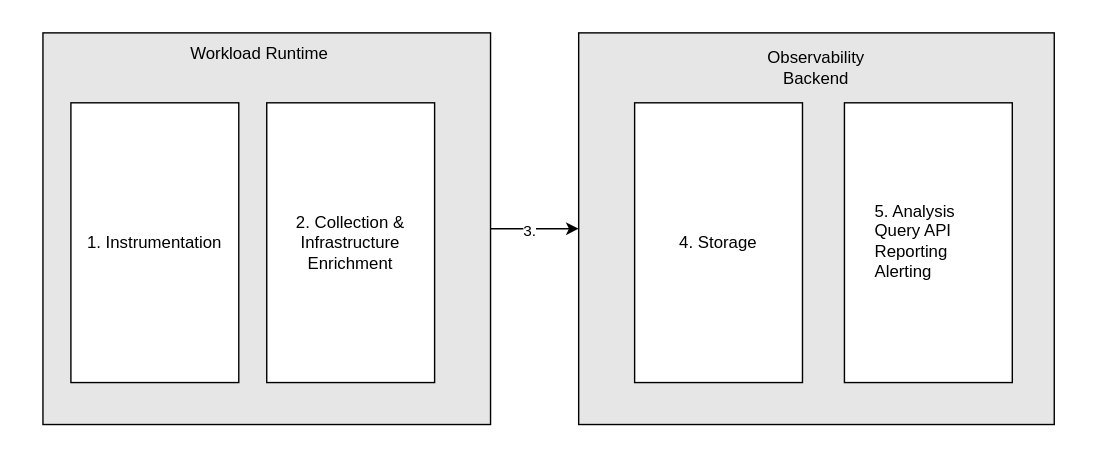
Earlier version of the draw.io export concepts/observability-strategy/assets/strategy-stages.drawio.svg (kyma-project/community). Source tidied: cells renumbered, new cells last; positions are measured from the earlier drawing's top-left corner, leaving out a move shared by most shapes. Source of this version:
```xml
<mxGraphModel>
  <root>
    <mxCell id="0" />
    <mxCell id="1" parent="0" />
    <mxCell id="2" style="rounded=0;whiteSpace=wrap;html=1;strokeColor=none;" parent="1" vertex="1">
      <mxGeometry y="-0.5" width="780" height="325" as="geometry" />
    </mxCell>
    <mxCell id="3" style="rounded=0;whiteSpace=wrap;html=1;fillColor=#E6E6E6;" parent="1" vertex="1">
      <mxGeometry x="413" y="22" width="340" height="280" as="geometry" />
    </mxCell>
    <mxCell id="4" style="edgeStyle=none;html=1;exitX=1;exitY=0.5;exitDx=0;exitDy=0;entryX=0;entryY=0.5;entryDx=0;entryDy=0;" parent="1" edge="1" target="3">
      <mxGeometry relative="1" as="geometry">
        <mxPoint x="350" y="162" as="sourcePoint" />
      </mxGeometry>
    </mxCell>
    <mxCell id="5" value="3." style="edgeLabel;html=1;align=center;verticalAlign=middle;" parent="4" vertex="1">
      <mxGeometry x="-0.15" y="-1" relative="1" as="geometry" />
    </mxCell>
    <mxCell id="6" style="rounded=0;whiteSpace=wrap;html=1;fillColor=#E6E6E6;" parent="1" vertex="1">
      <mxGeometry x="30" y="22" width="320" height="280" as="geometry" />
    </mxCell>
    <mxCell id="7" value="1. Instrumentation" style="rounded=0;whiteSpace=wrap;html=1;" parent="1" vertex="1">
      <mxGeometry x="50" y="72" width="120" height="200" as="geometry" />
    </mxCell>
    <mxCell id="8" value="2. Collection &amp;amp; Infrastructure Enrichment" style="rounded=0;whiteSpace=wrap;html=1;" parent="1" vertex="1">
      <mxGeometry x="190" y="72" width="120" height="200" as="geometry" />
    </mxCell>
    <mxCell id="9" value="4. Storage" style="rounded=0;whiteSpace=wrap;html=1;" parent="1" vertex="1">
      <mxGeometry x="453" y="72" width="120" height="200" as="geometry" />
    </mxCell>
    <mxCell id="10" style="rounded=0;whiteSpace=wrap;html=1;align=center;" parent="1" vertex="1">
      <mxGeometry x="603" y="72" width="120" height="200" as="geometry" />
    </mxCell>
    <mxCell id="11" value="Workload Runtime" style="text;html=1;strokeColor=none;fillColor=none;align=center;verticalAlign=middle;whiteSpace=wrap;rounded=0;" parent="1" vertex="1">
      <mxGeometry x="130" y="22" width="110" height="30" as="geometry" />
    </mxCell>
    <mxCell id="12" value="Observability Backend" style="text;html=1;strokeColor=none;fillColor=none;align=center;verticalAlign=middle;whiteSpace=wrap;rounded=0;" parent="1" vertex="1">
      <mxGeometry x="528" y="32" width="110" height="30" as="geometry" />
    </mxCell>
    <mxCell id="13" value="5. Analysis&lt;br&gt;&amp;nbsp; &amp;nbsp; Query API&lt;br&gt;&amp;nbsp; &amp;nbsp; Reporting&lt;br&gt;&lt;div&gt;&lt;span&gt;&amp;nbsp; &amp;nbsp; Alerting&lt;/span&gt;&lt;/div&gt;" style="text;html=1;strokeColor=none;fillColor=none;align=left;verticalAlign=middle;whiteSpace=wrap;rounded=0;" parent="1" vertex="1">
      <mxGeometry x="623" y="69.5" width="80" height="202.5" as="geometry" />
    </mxCell>
  </root>
</mxGraphModel>
```
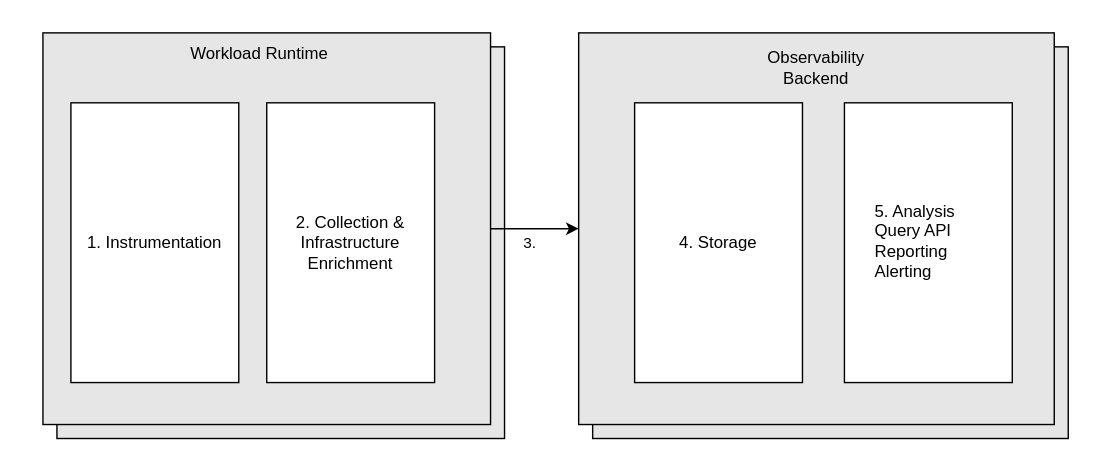
The same file after the commit.

The edit, as a diff of the source:
```diff
@@ -5,6 +5,12 @@
     <mxCell id="2" style="rounded=0;whiteSpace=wrap;html=1;strokeColor=none;" parent="1" vertex="1">
       <mxGeometry y="-0.5" width="780" height="325" as="geometry" />
     </mxCell>
+    <mxCell id="14" style="rounded=0;whiteSpace=wrap;html=1;fillColor=#E6E6E6;" parent="1" vertex="1">
+      <mxGeometry x="423" y="32" width="340" height="280" as="geometry" />
+    </mxCell>
+    <mxCell id="15" style="rounded=0;whiteSpace=wrap;html=1;fillColor=#E6E6E6;" parent="1" vertex="1">
+      <mxGeometry x="40" y="32" width="320" height="280" as="geometry" />
+    </mxCell>
     <mxCell id="3" style="rounded=0;whiteSpace=wrap;html=1;fillColor=#E6E6E6;" parent="1" vertex="1">
       <mxGeometry x="413" y="22" width="340" height="280" as="geometry" />
     </mxCell>
@@ -14,7 +20,9 @@
       </mxGeometry>
     </mxCell>
     <mxCell id="5" value="3." style="edgeLabel;html=1;align=center;verticalAlign=middle;" parent="4" vertex="1">
-      <mxGeometry x="-0.15" y="-1" relative="1" as="geometry" />
+      <mxGeometry x="-0.15" y="-1" relative="1" as="geometry">
+        <mxPoint y="8" as="offset" />
+      </mxGeometry>
     </mxCell>
     <mxCell id="6" style="rounded=0;whiteSpace=wrap;html=1;fillColor=#E6E6E6;" parent="1" vertex="1">
       <mxGeometry x="30" y="22" width="320" height="280" as="geometry" />
```
